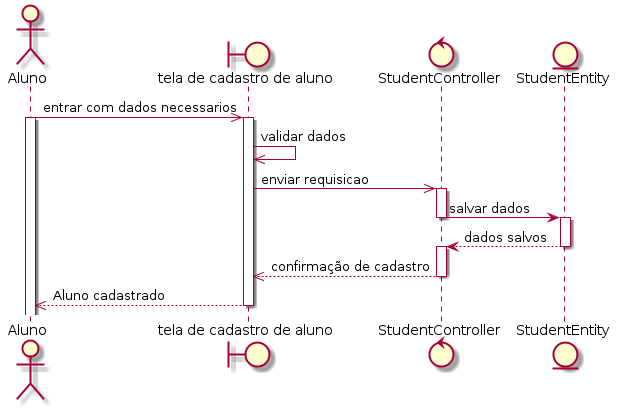
Earlier version of the PlantUML export out/sequence/student/student.add.seq/student.add.seq.png (rodrigoRolim/CAdiagrams). Source of this version:
```plantuml
@startuml
Actor Aluno
boundary "tela de cadastro de aluno" as cadastro
control StudentController
entity StudentEntity
Aluno ->> cadastro: entrar com dados necessarios
activate Aluno
activate cadastro
cadastro ->> cadastro: validar dados
cadastro ->> StudentController: enviar requisicao
activate StudentController
StudentController -> StudentEntity: salvar dados
deactivate StudentController
activate StudentEntity
StudentEntity --> StudentController: dados salvos
deactivate StudentEntity
activate StudentController
StudentController -->> cadastro: confirmação de cadastro
deactivate StudentController
cadastro -->> Aluno: Aluno cadastrado
deactivate cadastro
@enduml
```
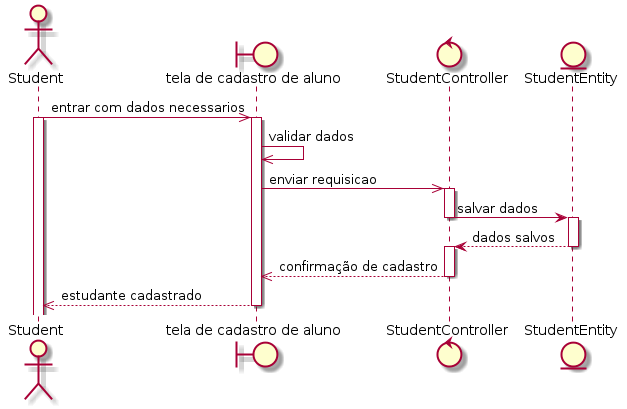
The same diagram one commit later.

Diff of the diagram source:
```diff
@@ -1,10 +1,10 @@
 @startuml
-Actor Aluno
+Actor Student
 boundary "tela de cadastro de aluno" as cadastro
 control StudentController
 entity StudentEntity
-Aluno ->> cadastro: entrar com dados necessarios
-activate Aluno
+Student ->> cadastro: entrar com dados necessarios
+activate Student
 activate cadastro
 cadastro ->> cadastro: validar dados
 cadastro ->> StudentController: enviar requisicao
@@ -17,6 +17,6 @@
 activate StudentController
 StudentController -->> cadastro: confirmação de cadastro
 deactivate StudentController
-cadastro -->> Aluno: Aluno cadastrado
+cadastro -->> Student: estudante cadastrado
 deactivate cadastro
 @enduml
```
